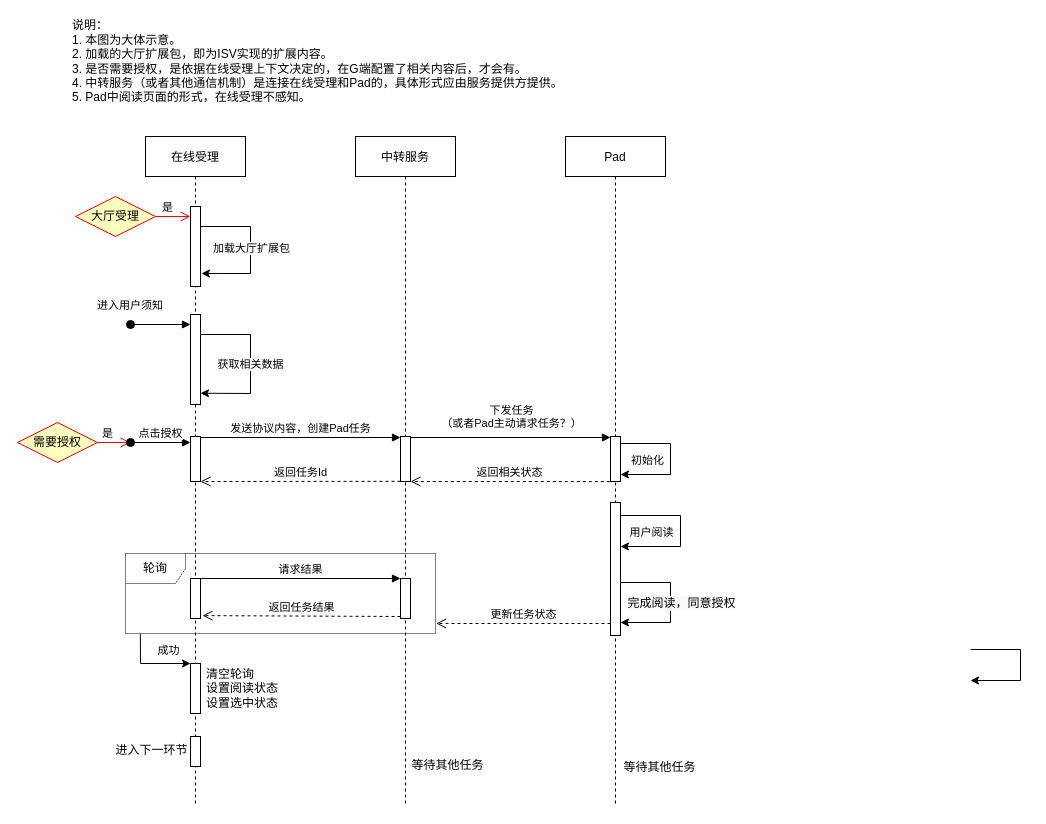
wsy5555621/diagrams keeps this draw.io diagram as sq.drawio. Above is the earlier version. Source tidied: cells renumbered, new cells numbered last; positions are measured from the earlier drawing's top-left corner, leaving out a move shared by most shapes. Both pictures are drawn from the tidied source at 100%, with x=0, y=0 at pixel (17, 17).
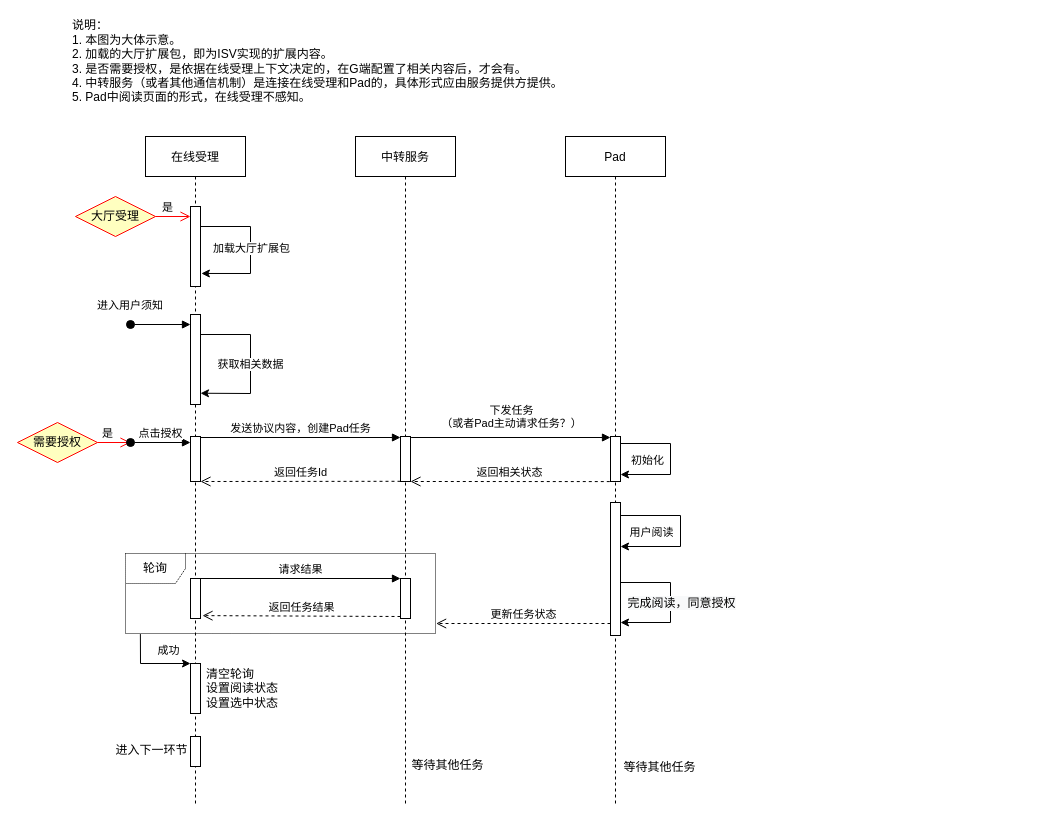
After the change.

The edit, as a diff of the source:
```diff
@@
-    <mxCell id="34" style="endArrow=classic;html=1;rounded=0;" parent="1" edge="1">
-      <mxGeometry relative="1" as="geometry">
-        <mxPoint x="953" y="632" as="sourcePoint" />
-        <mxPoint x="953" y="663" as="targetPoint" />
-        <Array as="points">
-          <mxPoint x="1003" y="632" />
-          <mxPoint x="1003" y="663" />
-        </Array>
-      </mxGeometry>
-    </mxCell>
```
